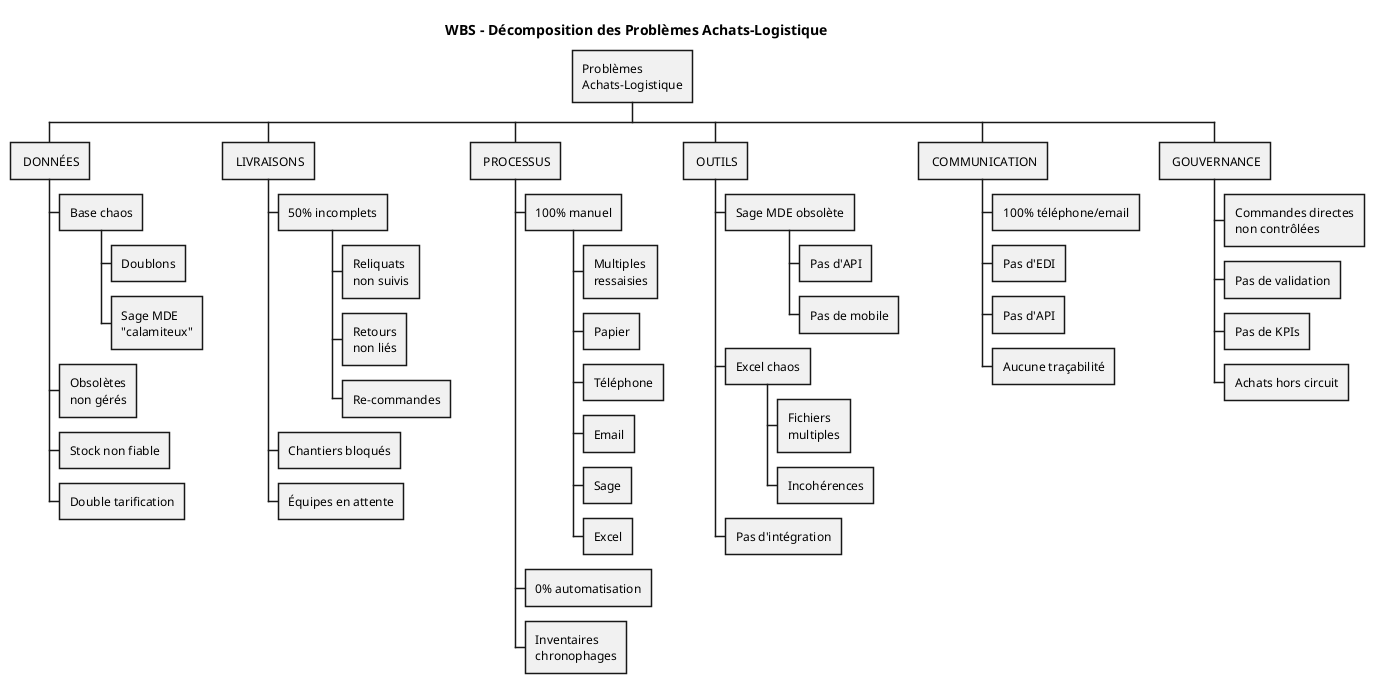
This is Services/Achats-Logistique/uml/png/WBS_Problemes_Achats_Logistique.png from JordanSerafini/Audit_Duret, a PlantUML export, as it was before one commit.
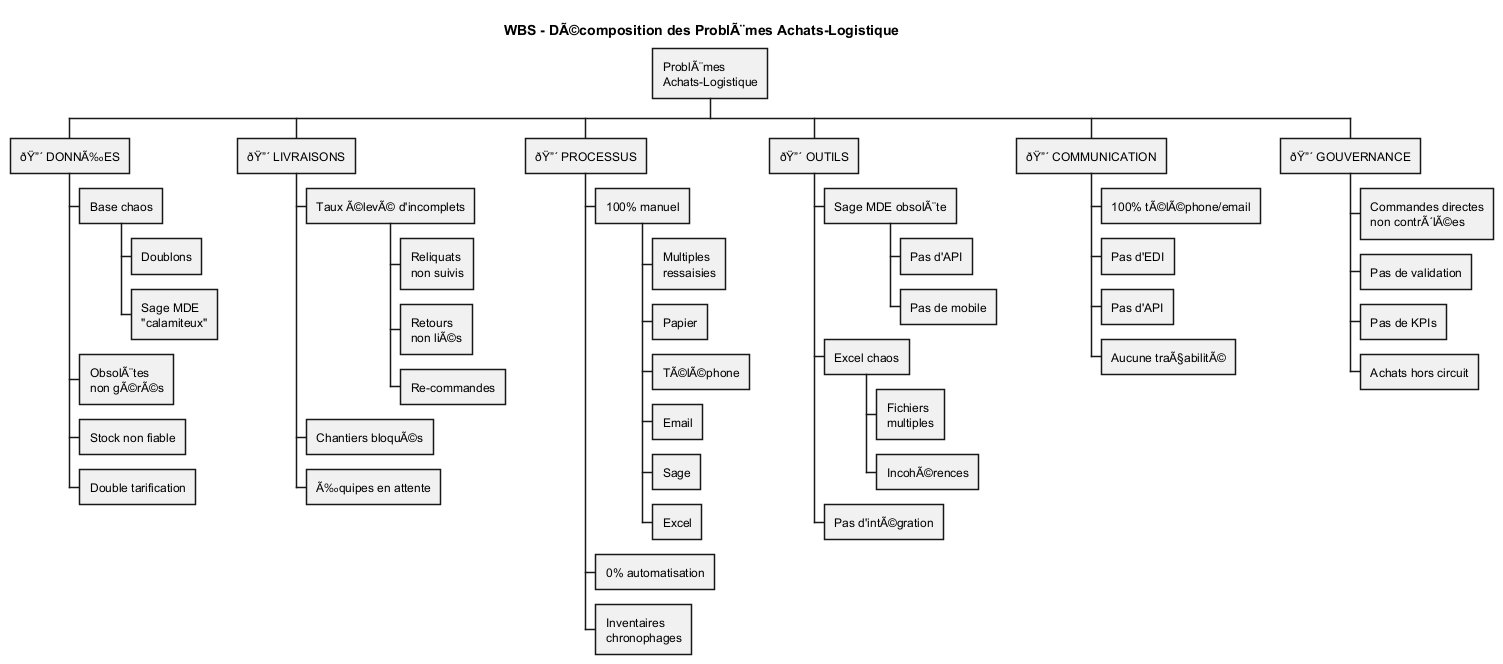
Above is the later version.

The edit, as a diff of the source:
```diff
@@ -1,53 +1,53 @@
 @startwbs WBS_Problemes_Achats_Logistique
 
-title WBS - Décomposition des Problèmes Achats-Logistique
+title WBS - DÃ©composition des ProblÃ¨mes Achats-Logistique
 
-* Problèmes\nAchats-Logistique
+* ProblÃ¨mes\nAchats-Logistique
 
-** 🔴 DONNÉES
+** ðŸ”´ DONNÃ‰ES
 *** Base chaos
 **** Doublons
 **** Sage MDE\n"calamiteux"
-*** Obsolètes\nnon gérés
+*** ObsolÃ¨tes\nnon gÃ©rÃ©s
 *** Stock non fiable
 *** Double tarification
 
-** 🔴 LIVRAISONS
-*** 50% incomplets
+** ðŸ”´ LIVRAISONS
+*** Taux Ã©levÃ© d'incomplets
 **** Reliquats\nnon suivis
-**** Retours\nnon liés
+**** Retours\nnon liÃ©s
 **** Re-commandes
-*** Chantiers bloqués
-*** Équipes en attente
+*** Chantiers bloquÃ©s
+*** Ã‰quipes en attente
 
-** 🔴 PROCESSUS
+** ðŸ”´ PROCESSUS
 *** 100% manuel
 **** Multiples\nressaisies
 **** Papier
-**** Téléphone
+**** TÃ©lÃ©phone
 **** Email
 **** Sage
 **** Excel
 *** 0% automatisation
 *** Inventaires\nchronophages
 
-** 🔴 OUTILS
-*** Sage MDE obsolète
+** ðŸ”´ OUTILS
+*** Sage MDE obsolÃ¨te
 **** Pas d'API
 **** Pas de mobile
 *** Excel chaos
 **** Fichiers\nmultiples
-**** Incohérences
-*** Pas d'intégration
+**** IncohÃ©rences
+*** Pas d'intÃ©gration
 
-** 🔴 COMMUNICATION
-*** 100% téléphone/email
+** ðŸ”´ COMMUNICATION
+*** 100% tÃ©lÃ©phone/email
 *** Pas d'EDI
 *** Pas d'API
-*** Aucune traçabilité
+*** Aucune traÃ§abilitÃ©
 
-** 🔴 GOUVERNANCE
-*** Commandes directes\nnon contrôlées
+** ðŸ”´ GOUVERNANCE
+*** Commandes directes\nnon contrÃ´lÃ©es
 *** Pas de validation
 *** Pas de KPIs
 *** Achats hors circuit
```
